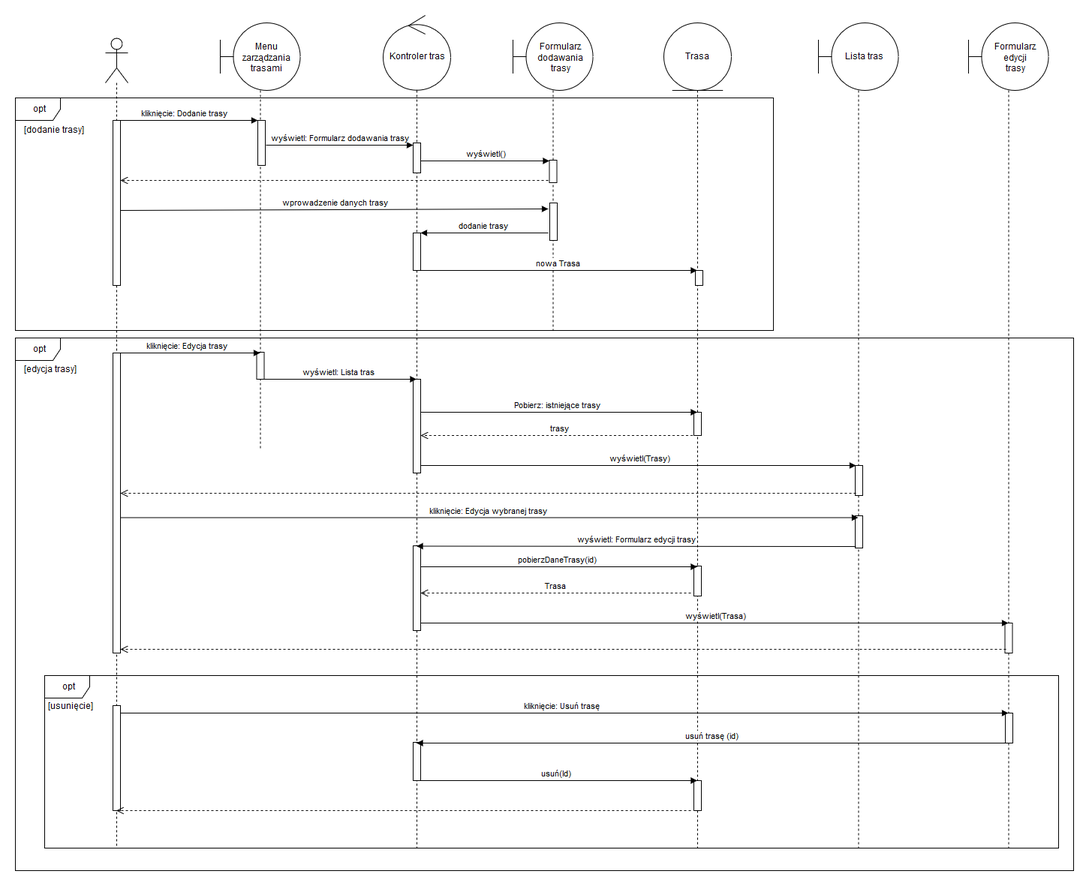
Above: Iteracja 3/sequence_diagrams/ZarzadzanieTrasa.png in BartoszSolka/ZMIO---Zaawansowane-metody-in-ynierii-oprogramowania (draw.io), before the change. Source tidied: cells renumbered, new cells last; positions are measured from the earlier drawing's top-left corner, leaving out a move shared by most shapes.
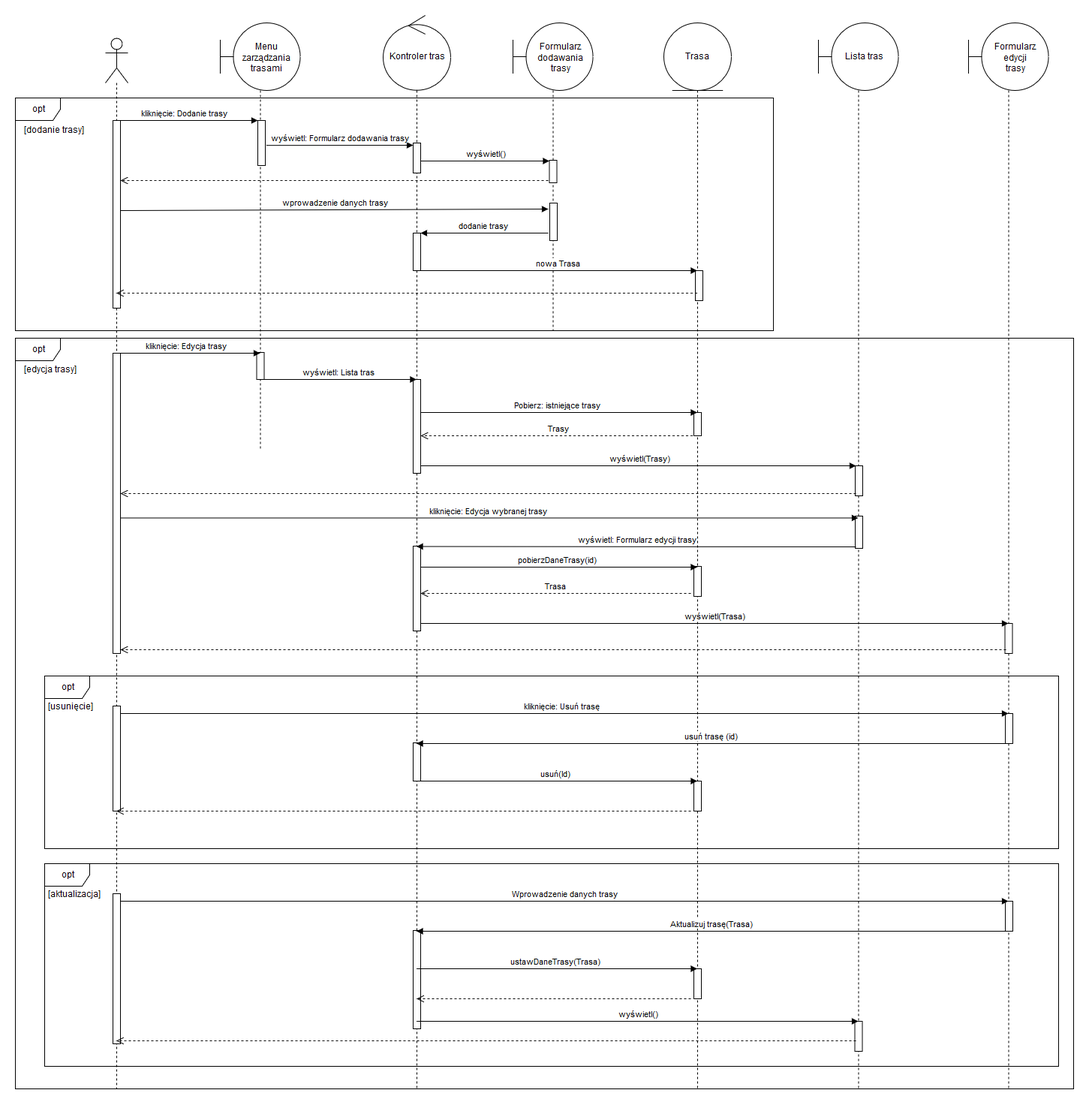
The same file after the commit.

Commit message:
Zarzadzanie Trasa poprawione.

Diff of the diagram source:
```diff
@@ -2,8 +2,11 @@
   <root>
     <mxCell id="0" />
     <mxCell id="1" parent="0" />
+    <mxCell id="64" value="opt" style="shape=umlFrame;whiteSpace=wrap;html=1;" parent="1" vertex="1">
+      <mxGeometry x="39" y="1130" width="1351" height="270" as="geometry" />
+    </mxCell>
     <mxCell id="2" value="opt" style="shape=umlFrame;whiteSpace=wrap;html=1;" parent="1" vertex="1">
-      <mxGeometry y="430" width="1410" height="710" as="geometry" />
+      <mxGeometry y="430" width="1410" height="1000" as="geometry" />
     </mxCell>
     <mxCell id="3" value="opt" style="shape=umlFrame;whiteSpace=wrap;html=1;" parent="1" vertex="1">
       <mxGeometry x="39" y="880" width="1351" height="230" as="geometry" />
@@ -24,10 +27,10 @@
       <mxGeometry x="48.5" y="439" width="10" height="36" as="geometry" />
     </mxCell>
     <mxCell id="9" style="shape=umlLifeline;participant=umlActor;perimeter=lifelinePerimeter;whiteSpace=wrap;html=1;verticalAlign=top;spacingTop=36;labelBackgroundColor=#ffffff;align=center;size=60;" parent="1" vertex="1">
-      <mxGeometry x="120" y="30" width="30" height="1080" as="geometry" />
+      <mxGeometry x="120" y="30" width="30" height="1400" as="geometry" />
     </mxCell>
     <mxCell id="10" style="html=1;perimeter=orthogonalPerimeter;align=center;" parent="9" vertex="1">
-      <mxGeometry x="10" y="110" width="10" height="220" as="geometry" />
+      <mxGeometry x="10" y="110" width="10" height="250" as="geometry" />
     </mxCell>
     <mxCell id="11" value="wprowadzenie danych trasy" style="html=1;verticalAlign=bottom;endArrow=block;" parent="9" edge="1">
       <mxGeometry relative="1" as="geometry">
@@ -48,7 +51,7 @@
       </mxGeometry>
     </mxCell>
     <mxCell id="15" style="shape=umlLifeline;participant=umlControl;perimeter=lifelinePerimeter;whiteSpace=wrap;html=1;verticalAlign=top;spacingTop=36;labelBackgroundColor=#ffffff;outlineConnect=0;align=center;size=100;" parent="1" vertex="1">
-      <mxGeometry x="490" width="90" height="1110" as="geometry" />
+      <mxGeometry x="490" width="90" height="1430" as="geometry" />
     </mxCell>
     <mxCell id="16" value="&lt;div align=&quot;center&quot;&gt;Kontroler tras&lt;br&gt;&lt;/div&gt;" style="text;html=1;align=center;verticalAlign=top;spacingTop=-4;" parent="15" vertex="1">
       <mxGeometry y="47" width="90" height="20" as="geometry" />
@@ -98,13 +101,13 @@
       </mxGeometry>
     </mxCell>
     <mxCell id="30" style="shape=umlLifeline;participant=umlEntity;perimeter=lifelinePerimeter;whiteSpace=wrap;html=1;verticalAlign=top;spacingTop=36;labelBackgroundColor=#ffffff;align=center;size=90;" parent="1" vertex="1">
-      <mxGeometry x="864" y="10" width="90" height="1100" as="geometry" />
+      <mxGeometry x="864" y="10" width="90" height="1420" as="geometry" />
     </mxCell>
     <mxCell id="31" value="Trasa" style="text;html=1;align=left;verticalAlign=top;spacingTop=-4;" parent="30" vertex="1">
       <mxGeometry x="27" y="37" width="40" height="20" as="geometry" />
     </mxCell>
     <mxCell id="32" style="html=1;perimeter=orthogonalPerimeter;align=center;" parent="30" vertex="1">
-      <mxGeometry x="42" y="330" width="10" height="20" as="geometry" />
+      <mxGeometry x="42" y="330" width="10" height="40" as="geometry" />
     </mxCell>
     <mxCell id="33" style="html=1;perimeter=orthogonalPerimeter;align=center;" parent="30" vertex="1">
       <mxGeometry x="40" y="519" width="10" height="31" as="geometry" />
@@ -137,7 +140,7 @@
       </mxGeometry>
     </mxCell>
     <mxCell id="40" style="shape=umlLifeline;participant=umlBoundary;perimeter=lifelinePerimeter;whiteSpace=wrap;html=1;verticalAlign=top;spacingTop=36;labelBackgroundColor=#ffffff;outlineConnect=0;size=90;" parent="1" vertex="1">
-      <mxGeometry x="1070" y="10" width="107" height="1100" as="geometry" />
+      <mxGeometry x="1070" y="10" width="107" height="1420" as="geometry" />
     </mxCell>
     <mxCell id="41" value="Lista tras" style="text;html=1;align=center;verticalAlign=top;spacingTop=-4;" parent="40" vertex="1">
       <mxGeometry x="26" y="37" width="70" height="20" as="geometry" />
@@ -149,7 +152,7 @@
       <mxGeometry x="49" y="657" width="10" height="43" as="geometry" />
     </mxCell>
     <mxCell id="44" style="shape=umlLifeline;participant=umlBoundary;perimeter=lifelinePerimeter;whiteSpace=wrap;html=1;verticalAlign=top;spacingTop=36;labelBackgroundColor=#ffffff;outlineConnect=0;size=90;" parent="1" vertex="1">
-      <mxGeometry x="1270" y="10" width="107" height="1100" as="geometry" />
+      <mxGeometry x="1270" y="10" width="107" height="1420" as="geometry" />
     </mxCell>
     <mxCell id="45" value="&lt;div&gt;Formularz &lt;br&gt;&lt;/div&gt;&lt;div&gt;edycji &lt;br&gt;&lt;/div&gt;&lt;div&gt;trasy&lt;/div&gt;" style="text;html=1;align=center;verticalAlign=top;spacingTop=-4;" parent="44" vertex="1">
       <mxGeometry x="26" y="24" width="70" height="40" as="geometry" />
@@ -178,7 +181,7 @@
         <mxPoint x="908.5" y="529" as="targetPoint" />
       </mxGeometry>
     </mxCell>
-    <mxCell id="51" value="trasy" style="html=1;verticalAlign=bottom;endArrow=open;dashed=1;endSize=8;" parent="1" edge="1">
+    <mxCell id="51" value="Trasy" style="html=1;verticalAlign=bottom;endArrow=open;dashed=1;endSize=8;" parent="1" edge="1">
       <mxGeometry relative="1" as="geometry">
         <mxPoint x="908.5" y="560" as="sourcePoint" />
         <mxPoint x="540" y="560" as="targetPoint" />
@@ -253,5 +256,67 @@
         <mxPoint x="140" y="845" as="targetPoint" />
       </mxGeometry>
     </mxCell>
+    <mxCell id="65" style="html=1;verticalAlign=bottom;endArrow=open;dashed=1;endSize=8;" parent="1" edge="1">
+      <mxGeometry relative="1" as="geometry">
+        <mxPoint x="908.5" y="370" as="sourcePoint" />
+        <mxPoint x="134.5" y="370" as="targetPoint" />
+      </mxGeometry>
+    </mxCell>
+    <mxCell id="66" style="html=1;perimeter=orthogonalPerimeter;align=center;" parent="1" vertex="1">
+      <mxGeometry x="130" y="1170" width="10" height="200" as="geometry" />
+    </mxCell>
+    <mxCell id="67" style="html=1;perimeter=orthogonalPerimeter;align=center;" parent="1" vertex="1">
+      <mxGeometry x="530" y="1219" width="10" height="131" as="geometry" />
+    </mxCell>
+    <mxCell id="68" style="html=1;perimeter=orthogonalPerimeter;align=center;" parent="1" vertex="1">
+      <mxGeometry x="904" y="1270" width="10" height="40" as="geometry" />
+    </mxCell>
+    <mxCell id="69" style="html=1;perimeter=orthogonalPerimeter;align=center;" parent="1" vertex="1">
+      <mxGeometry x="1319" y="1180" width="10" height="40" as="geometry" />
+    </mxCell>
+    <mxCell id="70" value="Wprowadzenie danych trasy" style="html=1;verticalAlign=bottom;endArrow=block;" parent="1" edge="1">
+      <mxGeometry relative="1" as="geometry">
+        <mxPoint x="140" y="1180" as="sourcePoint" />
+        <mxPoint x="1323" y="1180" as="targetPoint" />
+        <Array as="points">
+          <mxPoint x="640" y="1180" />
+        </Array>
+      </mxGeometry>
+    </mxCell>
+    <mxCell id="71" value="Aktualizuj trasę(Trasa)" style="html=1;verticalAlign=bottom;endArrow=block;" parent="1" edge="1">
+      <mxGeometry relative="1" as="geometry">
+        <mxPoint x="1323" y="1220" as="sourcePoint" />
+        <mxPoint x="534.5" y="1220" as="targetPoint" />
+      </mxGeometry>
+    </mxCell>
+    <mxCell id="72" value="ustawDaneTrasy(Trasa)" style="html=1;verticalAlign=bottom;endArrow=block;" parent="1" edge="1">
+      <mxGeometry relative="1" as="geometry">
+        <mxPoint x="534.5" y="1270" as="sourcePoint" />
+        <mxPoint x="908.5" y="1270" as="targetPoint" />
+      </mxGeometry>
+    </mxCell>
+    <mxCell id="73" value="[aktualizacja]" style="text;html=1;align=left;verticalAlign=top;spacingTop=-4;" parent="1" vertex="1">
+      <mxGeometry x="42" y="1163" width="90" height="20" as="geometry" />
+    </mxCell>
+    <mxCell id="74" style="html=1;verticalAlign=bottom;endArrow=open;dashed=1;endSize=8;" parent="1" edge="1" target="15">
+      <mxGeometry x="0.02" y="-30" relative="1" as="geometry">
+        <mxPoint x="900" y="1310" as="sourcePoint" />
+      </mxGeometry>
+    </mxCell>
+    <mxCell id="75" style="html=1;perimeter=orthogonalPerimeter;align=center;" parent="1" vertex="1">
+      <mxGeometry x="1118.5" y="1340" width="10" height="40" as="geometry" />
+    </mxCell>
+    <mxCell id="76" value="wyświetl()" style="html=1;verticalAlign=bottom;endArrow=block;" parent="1" edge="1">
+      <mxGeometry relative="1" as="geometry">
+        <mxPoint x="534.5" y="1340" as="sourcePoint" />
+        <mxPoint x="1123" y="1340" as="targetPoint" />
+      </mxGeometry>
+    </mxCell>
+    <mxCell id="77" style="html=1;verticalAlign=bottom;endArrow=open;dashed=1;endSize=8;" parent="1" edge="1">
+      <mxGeometry relative="1" as="geometry">
+        <mxPoint x="1120" y="1366" as="sourcePoint" />
+        <mxPoint x="134.5" y="1366" as="targetPoint" />
+      </mxGeometry>
+    </mxCell>
   </root>
 </mxGraphModel>
```
